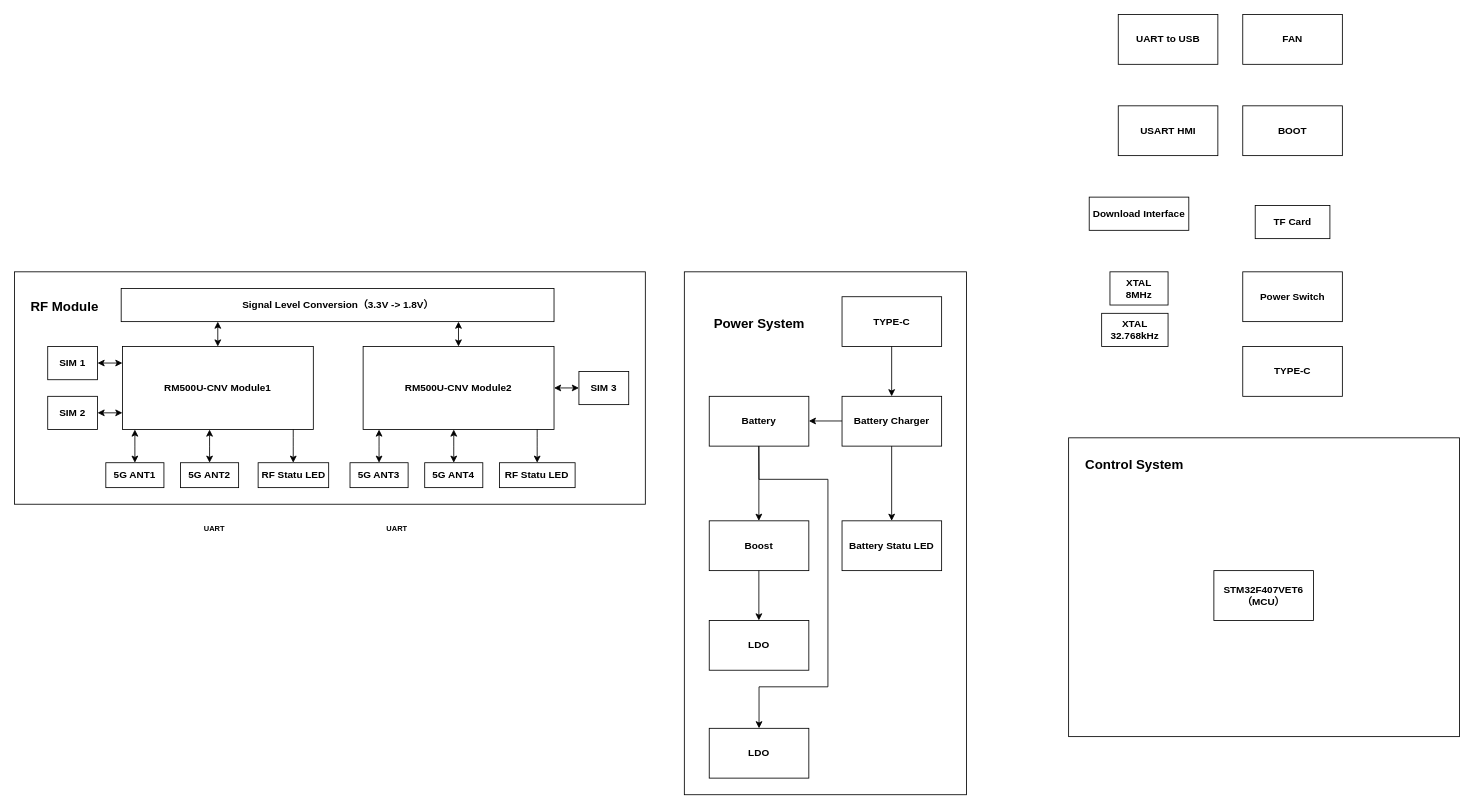
The draw.io diagram ICCC_block.drawio in zeandon/draw.io, before the edit. Source tidied: cells renumbered, new cells numbered last; positions are measured from the earlier drawing's top-left corner, leaving out a move shared by most shapes. Both pictures are drawn from the tidied source at 83%, with x=0, y=0 at pixel (14, 14).
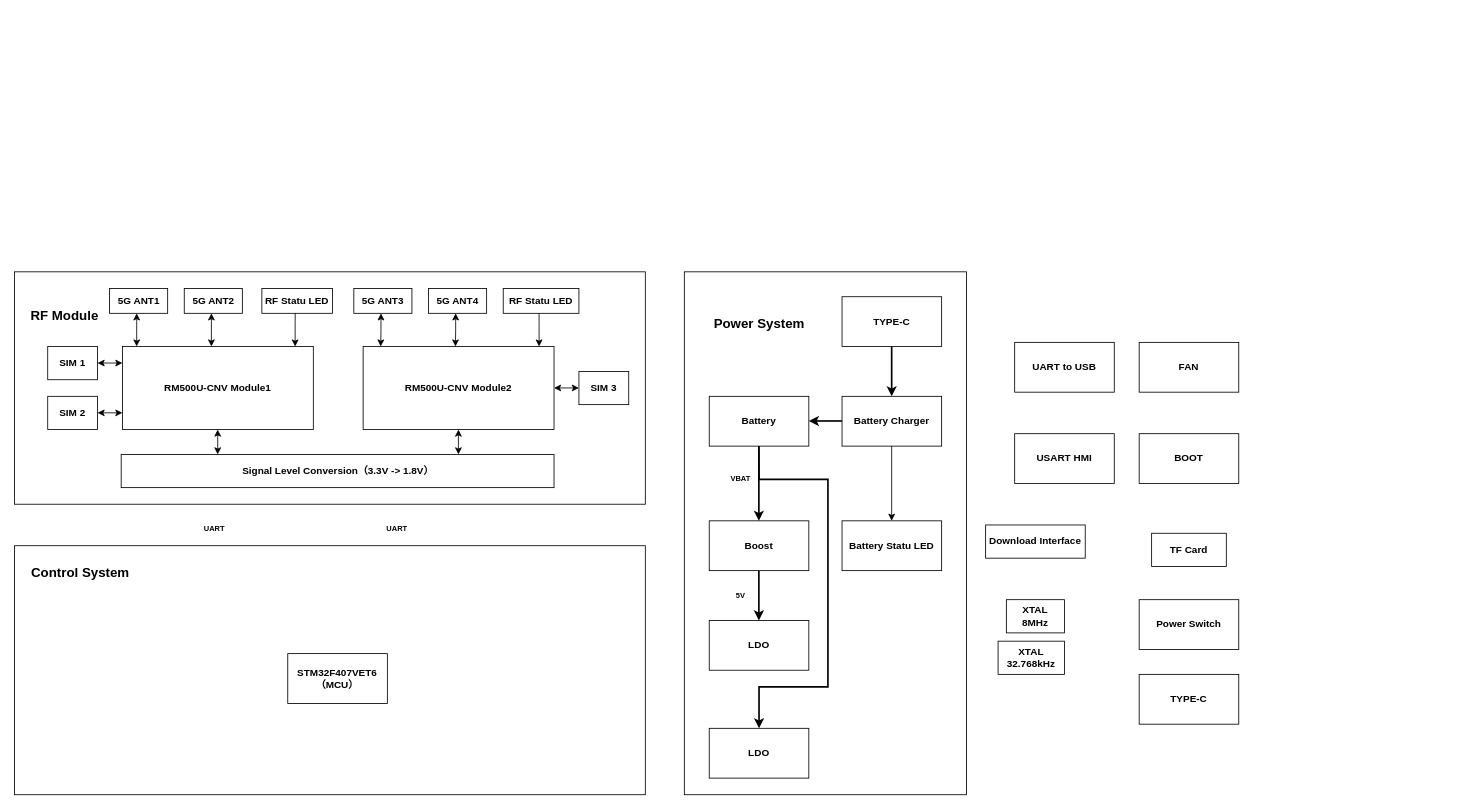
The same page after the edit.

Unchanged cells that the change refers to:
```xml
<mxCell id="28" value="LDO" style="rounded=0;whiteSpace=wrap;html=1;fontStyle=1;" parent="1" vertex="1">
  <mxGeometry x="837" y="860" width="120" height="60" as="geometry" />
</mxCell>
```

Diff of the diagram source:
```diff
@@
     <mxCell id="4" style="rounded=0;whiteSpace=wrap;html=1;" parent="1" vertex="1">
-      <mxGeometry x="1270" y="510" width="471" height="360" as="geometry" />
+      <mxGeometry y="640" width="760" height="300" as="geometry" />
     </mxCell>
     <mxCell id="5" value="&lt;font style=&quot;font-size: 16px;&quot;&gt;Control System&lt;/font&gt;" style="text;strokeColor=none;fillColor=none;html=1;fontSize=24;fontStyle=1;verticalAlign=middle;align=center;" parent="1" vertex="1">
-      <mxGeometry x="1278" y="520" width="141" height="40" as="geometry" />
+      <mxGeometry x="8" y="650" width="141" height="40" as="geometry" />
     </mxCell>
     <mxCell id="6" value="&lt;span style=&quot;font-size: 16px;&quot;&gt;RF Module&lt;/span&gt;" style="text;strokeColor=none;fillColor=none;html=1;fontSize=24;fontStyle=1;verticalAlign=middle;align=center;" parent="1" vertex="1">
-      <mxGeometry x="10" y="330" width="100" height="40" as="geometry" />
+      <mxGeometry x="10" y="340" width="100" height="40" as="geometry" />
     </mxCell>
@@
     <mxCell id="11" value="5G ANT2" style="rounded=0;whiteSpace=wrap;html=1;fontStyle=1;" parent="1" vertex="1">
-      <mxGeometry x="200" y="540" width="70" height="30" as="geometry" />
+      <mxGeometry x="204.5" y="330" width="70" height="30" as="geometry" />
     </mxCell>
-    <mxCell id="12" style="endArrow=classic;startArrow=classic;html=1;rounded=0;exitX=0.5;exitY=0;exitDx=0;exitDy=0;entryX=0.958;entryY=0.995;entryDx=0;entryDy=0;entryPerimeter=0;" parent="1" edge="1" source="11">
-      <mxGeometry relative="1" as="geometry">
-        <mxPoint x="235" y="500" as="targetPoint" />
-        <Array as="points">
-          <mxPoint x="235" y="520" />
-          <mxPoint x="235" y="510" />
-        </Array>
-      </mxGeometry>
-    </mxCell>
     <mxCell id="13" value="5G ANT1" style="rounded=0;whiteSpace=wrap;html=1;fontStyle=1;" parent="1" vertex="1">
-      <mxGeometry x="110" y="540" width="70" height="30" as="geometry" />
+      <mxGeometry x="114.5" y="330" width="70" height="30" as="geometry" />
     </mxCell>
-    <mxCell id="14" style="endArrow=classic;startArrow=classic;html=1;rounded=0;exitX=0.5;exitY=0;exitDx=0;exitDy=0;entryX=0.958;entryY=0.995;entryDx=0;entryDy=0;entryPerimeter=0;" parent="1" edge="1" source="13">
-      <mxGeometry relative="1" as="geometry">
-        <mxPoint x="145" y="500" as="targetPoint" />
-        <Array as="points">
-          <mxPoint x="145" y="520" />
-          <mxPoint x="145" y="510" />
-        </Array>
-      </mxGeometry>
-    </mxCell>
     <mxCell id="15" value="5G ANT3" style="rounded=0;whiteSpace=wrap;html=1;fontStyle=1;" parent="1" vertex="1">
-      <mxGeometry x="404.2" y="540" width="70" height="30" as="geometry" />
+      <mxGeometry x="408.8" y="330" width="70" height="30" as="geometry" />
     </mxCell>
-    <mxCell id="16" style="endArrow=classic;startArrow=classic;html=1;rounded=0;exitX=0.5;exitY=0;exitDx=0;exitDy=0;entryX=0.958;entryY=0.995;entryDx=0;entryDy=0;entryPerimeter=0;" parent="1" edge="1" source="15">
-      <mxGeometry relative="1" as="geometry">
-        <mxPoint x="439.2" y="500" as="targetPoint" />
-        <Array as="points">
-          <mxPoint x="439.2" y="520" />
-          <mxPoint x="439.2" y="510" />
-        </Array>
-      </mxGeometry>
-    </mxCell>
     <mxCell id="17" value="5G ANT4" style="rounded=0;whiteSpace=wrap;html=1;fontStyle=1;" parent="1" vertex="1">
-      <mxGeometry x="494.2" y="540" width="70" height="30" as="geometry" />
+      <mxGeometry x="498.8" y="330" width="70" height="30" as="geometry" />
     </mxCell>
-    <mxCell id="18" style="endArrow=classic;startArrow=classic;html=1;rounded=0;exitX=0.5;exitY=0;exitDx=0;exitDy=0;entryX=0.958;entryY=0.995;entryDx=0;entryDy=0;entryPerimeter=0;" parent="1" edge="1" source="17">
-      <mxGeometry relative="1" as="geometry">
-        <mxPoint x="529.2" y="500" as="targetPoint" />
-        <Array as="points">
-          <mxPoint x="529.2" y="520" />
-          <mxPoint x="529.2" y="510" />
-        </Array>
-      </mxGeometry>
-    </mxCell>
     <mxCell id="19" value="STM32F407V&lt;span style=&quot;background-color: transparent; color: light-dark(rgb(0, 0, 0), rgb(255, 255, 255));&quot;&gt;ET6&lt;br&gt;（MCU）&lt;/span&gt;" style="rounded=0;whiteSpace=wrap;html=1;fontStyle=1;" parent="1" vertex="1">
-      <mxGeometry x="1445" y="670" width="120" height="60" as="geometry" />
+      <mxGeometry x="329.2" y="770" width="120" height="60" as="geometry" />
     </mxCell>
     <mxCell id="20" value="&lt;span style=&quot;background-color: transparent; color: light-dark(rgb(0, 0, 0), rgb(255, 255, 255));&quot;&gt;XTAL&lt;br&gt;8MHz&lt;/span&gt;" style="rounded=0;whiteSpace=wrap;html=1;fontStyle=1;" parent="1" vertex="1">
-      <mxGeometry x="1319.8" y="310" width="70" height="40" as="geometry" />
+      <mxGeometry x="1195" y="705" width="70" height="40" as="geometry" />
     </mxCell>
     <mxCell id="21" value="&lt;span style=&quot;background-color: transparent; color: light-dark(rgb(0, 0, 0), rgb(255, 255, 255));&quot;&gt;XTAL&lt;br&gt;32.768kHz&lt;/span&gt;" style="rounded=0;whiteSpace=wrap;html=1;fontStyle=1;" parent="1" vertex="1">
-      <mxGeometry x="1309.8" y="360" width="80" height="40" as="geometry" />
+      <mxGeometry x="1185" y="755" width="80" height="40" as="geometry" />
     </mxCell>
     <mxCell id="22" value="Download Interface" style="rounded=0;whiteSpace=wrap;html=1;fontStyle=1;" parent="1" vertex="1">
-      <mxGeometry x="1294.8" y="220" width="120" height="40" as="geometry" />
+      <mxGeometry x="1170" y="615" width="120" height="40" as="geometry" />
     </mxCell>
     <mxCell id="23" value="USART&amp;nbsp;&lt;span style=&quot;background-color: transparent; color: light-dark(rgb(0, 0, 0), rgb(255, 255, 255));&quot;&gt;HMI&lt;/span&gt;" style="rounded=0;whiteSpace=wrap;html=1;fontStyle=1;" parent="1" vertex="1">
-      <mxGeometry x="1329.8" y="110" width="120" height="60" as="geometry" />
+      <mxGeometry x="1205" y="505" width="120" height="60" as="geometry" />
     </mxCell>
@@
     <mxCell id="31" value="RF Statu LED" style="rounded=0;whiteSpace=wrap;html=1;fontStyle=1;" parent="1" vertex="1">
-      <mxGeometry x="293.5" y="540" width="85" height="30" as="geometry" />
+      <mxGeometry x="298" y="330" width="85" height="30" as="geometry" />
     </mxCell>
     <mxCell id="32" value="RF Statu LED" style="rounded=0;whiteSpace=wrap;html=1;fontStyle=1;" parent="1" vertex="1">
-      <mxGeometry x="584.2" y="540" width="91.2" height="30" as="geometry" />
+      <mxGeometry x="588.8" y="330" width="91.2" height="30" as="geometry" />
     </mxCell>
@@
     <mxCell id="36" value="Signal Level Conversion（3.3V -&amp;gt; 1.8V）" style="rounded=0;whiteSpace=wrap;html=1;fontStyle=1;" parent="1" vertex="1">
-      <mxGeometry x="128.5" y="330" width="521.5" height="40" as="geometry" />
+      <mxGeometry x="128.5" y="530" width="521.5" height="40" as="geometry" />
     </mxCell>
     <mxCell id="37" value="UART to USB" style="rounded=0;whiteSpace=wrap;html=1;fontStyle=1;" parent="1" vertex="1">
-      <mxGeometry x="1329.8" width="120" height="60" as="geometry" />
+      <mxGeometry x="1205" y="395" width="120" height="60" as="geometry" />
     </mxCell>
     <mxCell id="38" value="FAN" style="rounded=0;whiteSpace=wrap;html=1;fontStyle=1;" parent="1" vertex="1">
-      <mxGeometry x="1479.8" width="120" height="60" as="geometry" />
+      <mxGeometry x="1355" y="395" width="120" height="60" as="geometry" />
     </mxCell>
     <mxCell id="39" value="BOOT" style="rounded=0;whiteSpace=wrap;html=1;fontStyle=1;" parent="1" vertex="1">
-      <mxGeometry x="1479.8" y="110" width="120" height="60" as="geometry" />
+      <mxGeometry x="1355" y="505" width="120" height="60" as="geometry" />
     </mxCell>
     <mxCell id="40" value="TF Card" style="rounded=0;whiteSpace=wrap;html=1;fontStyle=1;" parent="1" vertex="1">
-      <mxGeometry x="1494.8" y="230" width="90" height="40" as="geometry" />
+      <mxGeometry x="1370" y="625" width="90" height="40" as="geometry" />
     </mxCell>
     <mxCell id="41" value="Power Switch" style="rounded=0;whiteSpace=wrap;html=1;fontStyle=1;" parent="1" vertex="1">
-      <mxGeometry x="1479.8" y="310" width="120" height="60" as="geometry" />
+      <mxGeometry x="1355" y="705" width="120" height="60" as="geometry" />
     </mxCell>
     <mxCell id="42" value="TYPE-C" style="rounded=0;whiteSpace=wrap;html=1;fontStyle=1;" parent="1" vertex="1">
-      <mxGeometry x="1479.8" y="400" width="120" height="60" as="geometry" />
+      <mxGeometry x="1355" y="795" width="120" height="60" as="geometry" />
     </mxCell>
-    <mxCell id="43" style="endArrow=none;startArrow=classic;html=1;rounded=0;exitX=0.5;exitY=0;exitDx=0;exitDy=0;entryX=0.958;entryY=0.995;entryDx=0;entryDy=0;entryPerimeter=0;endFill=0;" parent="1" edge="1">
-      <mxGeometry relative="1" as="geometry">
-        <mxPoint x="335.8" y="540" as="sourcePoint" />
-        <mxPoint x="335.8" y="500" as="targetPoint" />
-        <Array as="points">
-          <mxPoint x="335.8" y="520" />
-          <mxPoint x="335.8" y="510" />
-        </Array>
-      </mxGeometry>
-    </mxCell>
-    <mxCell id="44" style="endArrow=none;startArrow=classic;html=1;rounded=0;exitX=0.5;exitY=0;exitDx=0;exitDy=0;entryX=0.958;entryY=0.995;entryDx=0;entryDy=0;entryPerimeter=0;endFill=0;" parent="1" edge="1">
-      <mxGeometry relative="1" as="geometry">
-        <mxPoint x="629.7" y="540" as="sourcePoint" />
-        <mxPoint x="629.7" y="500" as="targetPoint" />
-        <Array as="points">
-          <mxPoint x="629.7" y="520" />
-          <mxPoint x="629.7" y="510" />
-        </Array>
-      </mxGeometry>
-    </mxCell>
@@
     <mxCell id="48" style="endArrow=classic;startArrow=classic;html=1;rounded=0;" parent="1" edge="1">
       <mxGeometry relative="1" as="geometry">
-        <mxPoint x="244.9" y="400" as="sourcePoint" />
-        <mxPoint x="244.9" y="370" as="targetPoint" />
+        <mxPoint x="244.8" y="530" as="sourcePoint" />
+        <mxPoint x="244.8" y="500" as="targetPoint" />
       </mxGeometry>
     </mxCell>
     <mxCell id="49" style="endArrow=classic;startArrow=classic;html=1;rounded=0;" parent="1" edge="1">
       <mxGeometry relative="1" as="geometry">
-        <mxPoint x="534.9" y="400" as="sourcePoint" />
-        <mxPoint x="534.9" y="370" as="targetPoint" />
+        <mxPoint x="534.8" y="530" as="sourcePoint" />
+        <mxPoint x="534.8" y="500" as="targetPoint" />
       </mxGeometry>
     </mxCell>
@@
-    <mxCell id="52" style="endArrow=none;startArrow=classic;html=1;rounded=0;endFill=0;" parent="1" edge="1">
+    <mxCell id="52" style="endArrow=none;startArrow=classic;html=1;rounded=0;endFill=0;strokeWidth=2;" parent="1" edge="1">
       <mxGeometry relative="1" as="geometry">
         <mxPoint x="957" y="489.7" as="sourcePoint" />
         <mxPoint x="997" y="489.7" as="targetPoint" />
       </mxGeometry>
     </mxCell>
-    <mxCell id="53" style="endArrow=none;startArrow=classic;html=1;rounded=0;endFill=0;" parent="1" edge="1">
+    <mxCell id="53" style="endArrow=none;startArrow=classic;html=1;rounded=0;endFill=0;strokeWidth=2;" parent="1" edge="1">
       <mxGeometry relative="1" as="geometry">
         <mxPoint x="896.8" y="610" as="sourcePoint" />
         <mxPoint x="896.8" y="520" as="targetPoint" />
       </mxGeometry>
     </mxCell>
-    <mxCell id="54" style="endArrow=none;startArrow=classic;html=1;rounded=0;endFill=0;" parent="1" edge="1">
+    <mxCell id="54" style="endArrow=none;startArrow=classic;html=1;rounded=0;endFill=0;strokeWidth=2;" parent="1" edge="1">
       <mxGeometry relative="1" as="geometry">
         <mxPoint x="896.8" y="730" as="sourcePoint" />
         <mxPoint x="896.8" y="670" as="targetPoint" />
       </mxGeometry>
     </mxCell>
-    <mxCell id="55" style="endArrow=none;startArrow=classic;html=1;rounded=0;endFill=0;exitX=0.5;exitY=0;exitDx=0;exitDy=0;" parent="1" edge="1" source="28">
+    <mxCell id="55" style="endArrow=none;startArrow=classic;html=1;rounded=0;endFill=0;exitX=0.5;exitY=0;exitDx=0;exitDy=0;strokeWidth=2;" parent="1" edge="1" source="28">
       <mxGeometry relative="1" as="geometry">
         <mxPoint x="896.7" y="520" as="targetPoint" />
         <Array as="points">
           <mxPoint x="897" y="810" />
           <mxPoint x="980" y="810" />
           <mxPoint x="980" y="560" />
           <mxPoint x="897" y="560" />
         </Array>
       </mxGeometry>
     </mxCell>
-    <mxCell id="56" style="endArrow=none;startArrow=classic;html=1;rounded=0;endFill=0;" parent="1" edge="1">
+    <mxCell id="56" style="endArrow=none;startArrow=classic;html=1;rounded=0;endFill=0;strokeWidth=2;" parent="1" edge="1">
       <mxGeometry relative="1" as="geometry">
         <mxPoint x="1056.8" y="460" as="sourcePoint" />
         <mxPoint x="1056.8" y="400" as="targetPoint" />
       </mxGeometry>
     </mxCell>
+    <mxCell id="57" style="endArrow=classic;startArrow=classic;html=1;rounded=0;exitX=0.5;exitY=0;exitDx=0;exitDy=0;entryX=0.958;entryY=0.995;entryDx=0;entryDy=0;entryPerimeter=0;" parent="1" edge="1">
+      <mxGeometry relative="1" as="geometry">
+        <mxPoint x="237.2" y="400" as="sourcePoint" />
+        <mxPoint x="237.2" y="360" as="targetPoint" />
+        <Array as="points">
+          <mxPoint x="237.2" y="380" />
+          <mxPoint x="237.2" y="370" />
+        </Array>
+      </mxGeometry>
+    </mxCell>
+    <mxCell id="58" style="endArrow=classic;startArrow=classic;html=1;rounded=0;exitX=0.5;exitY=0;exitDx=0;exitDy=0;entryX=0.958;entryY=0.995;entryDx=0;entryDy=0;entryPerimeter=0;" parent="1" edge="1">
+      <mxGeometry relative="1" as="geometry">
+        <mxPoint x="147.2" y="400" as="sourcePoint" />
+        <mxPoint x="147.2" y="360" as="targetPoint" />
+        <Array as="points">
+          <mxPoint x="147.2" y="380" />
+          <mxPoint x="147.2" y="370" />
+        </Array>
+      </mxGeometry>
+    </mxCell>
+    <mxCell id="59" style="endArrow=classic;startArrow=classic;html=1;rounded=0;exitX=0.5;exitY=0;exitDx=0;exitDy=0;entryX=0.958;entryY=0.995;entryDx=0;entryDy=0;entryPerimeter=0;" parent="1" edge="1">
+      <mxGeometry relative="1" as="geometry">
+        <mxPoint x="441.2" y="400" as="sourcePoint" />
+        <mxPoint x="441.5" y="360" as="targetPoint" />
+        <Array as="points">
+          <mxPoint x="441.5" y="380" />
+          <mxPoint x="441.5" y="370" />
+        </Array>
+      </mxGeometry>
+    </mxCell>
+    <mxCell id="60" style="endArrow=classic;startArrow=classic;html=1;rounded=0;exitX=0.5;exitY=0;exitDx=0;exitDy=0;entryX=0.958;entryY=0.995;entryDx=0;entryDy=0;entryPerimeter=0;" parent="1" edge="1">
+      <mxGeometry relative="1" as="geometry">
+        <mxPoint x="531.2" y="400" as="sourcePoint" />
+        <mxPoint x="531.5" y="360" as="targetPoint" />
+        <Array as="points">
+          <mxPoint x="531.5" y="380" />
+          <mxPoint x="531.5" y="370" />
+        </Array>
+      </mxGeometry>
+    </mxCell>
+    <mxCell id="61" style="endArrow=none;startArrow=classic;html=1;rounded=0;exitX=0.5;exitY=0;exitDx=0;exitDy=0;endFill=0;" parent="1" edge="1">
+      <mxGeometry relative="1" as="geometry">
+        <mxPoint x="338.1" y="400" as="sourcePoint" />
+        <mxPoint x="338.2" y="360" as="targetPoint" />
+        <Array as="points">
+          <mxPoint x="338.1" y="380" />
+          <mxPoint x="338.1" y="370" />
+        </Array>
+      </mxGeometry>
+    </mxCell>
+    <mxCell id="62" style="endArrow=none;startArrow=classic;html=1;rounded=0;exitX=0.5;exitY=0;exitDx=0;exitDy=0;entryX=0.958;entryY=0.995;entryDx=0;entryDy=0;entryPerimeter=0;endFill=0;" parent="1" edge="1">
+      <mxGeometry relative="1" as="geometry">
+        <mxPoint x="632" y="400" as="sourcePoint" />
+        <mxPoint x="632" y="360" as="targetPoint" />
+        <Array as="points">
+          <mxPoint x="632" y="380" />
+          <mxPoint x="632" y="370" />
+        </Array>
+      </mxGeometry>
+    </mxCell>
+    <mxCell id="63" value="VBAT" style="text;html=1;whiteSpace=wrap;strokeColor=none;fillColor=none;align=center;verticalAlign=middle;rounded=0;fontStyle=1;fontSize=9;" parent="1" vertex="1">
+      <mxGeometry x="850" y="550" width="50" height="20" as="geometry" />
+    </mxCell>
+    <mxCell id="64" value="5V" style="text;html=1;whiteSpace=wrap;strokeColor=none;fillColor=none;align=center;verticalAlign=middle;rounded=0;fontStyle=1;fontSize=9;" parent="1" vertex="1">
+      <mxGeometry x="860" y="690" width="30" height="20" as="geometry" />
+    </mxCell>
```
